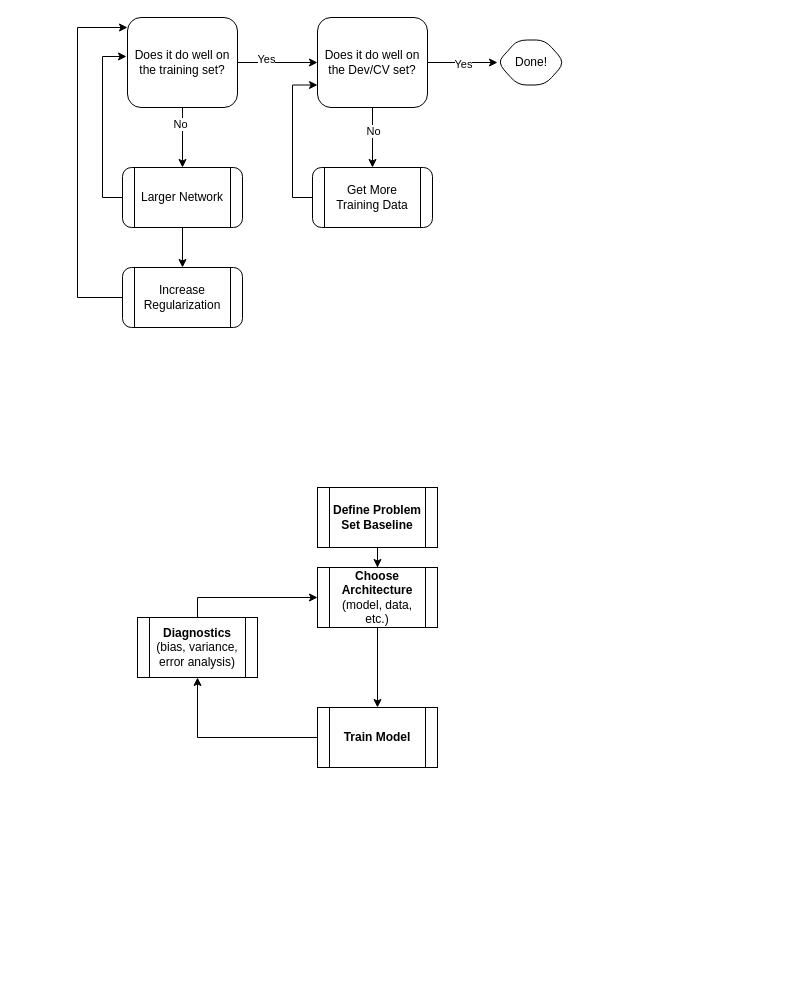
Before: MLSpecialization/figures/diagrams.drawio in neerajadsul/MLCrunch, a draw.io diagram. Source tidied: cells renumbered, new cells numbered last; positions are measured from the earlier drawing's top-left corner, leaving out a move shared by most shapes. Both pictures are drawn from the tidied source at 100%, with x=0, y=0 at pixel (77, 17).
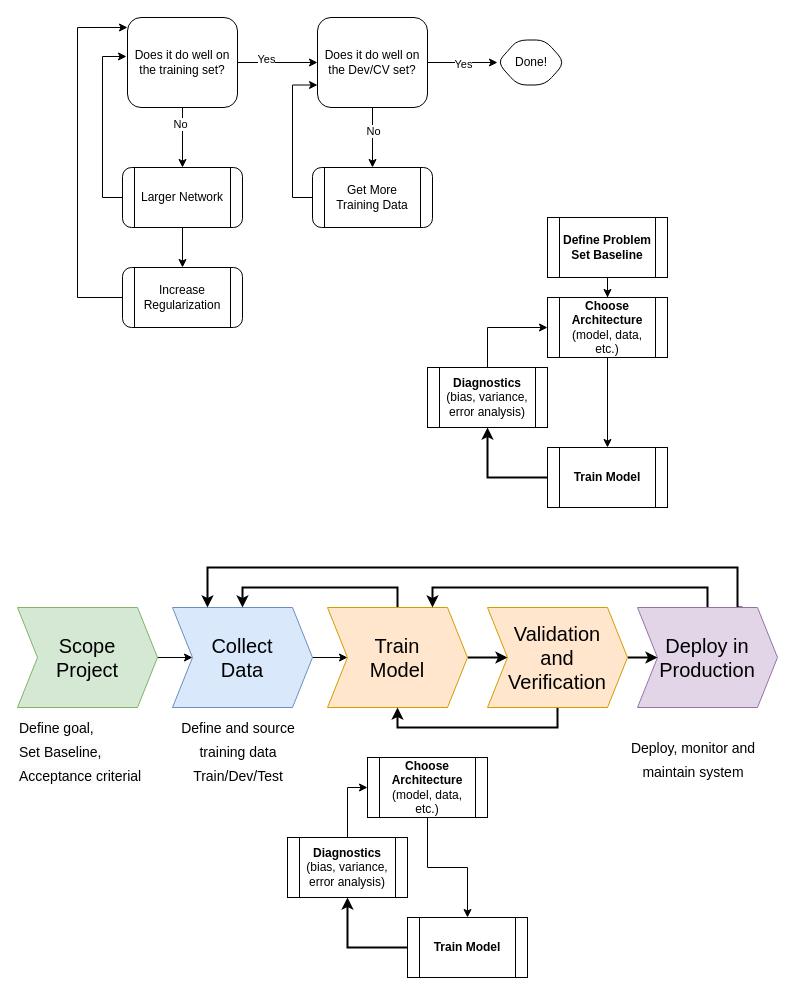
The same page after the edit.

What changed in the source:
```diff
@@
     <mxCell id="21" value="&lt;b&gt;Define Problem&lt;br&gt;Set Baseline&lt;/b&gt;" style="shape=process;whiteSpace=wrap;html=1;backgroundOutline=1;" parent="1" vertex="1">
-      <mxGeometry x="240" y="470" width="120" height="60" as="geometry" />
+      <mxGeometry x="470" y="200" width="120" height="60" as="geometry" />
     </mxCell>
@@
     <mxCell id="23" value="&lt;b&gt;Choose Architecture&lt;/b&gt;&lt;br&gt;(model, data, etc.)" style="shape=process;whiteSpace=wrap;html=1;backgroundOutline=1;" parent="1" vertex="1">
-      <mxGeometry x="240" y="550" width="120" height="60" as="geometry" />
+      <mxGeometry x="470" y="280" width="120" height="60" as="geometry" />
     </mxCell>
-    <mxCell id="24" style="edgeStyle=orthogonalEdgeStyle;rounded=0;jettySize=auto;html=1;" parent="1" edge="1" source="25" target="27">
+    <mxCell id="24" style="edgeStyle=orthogonalEdgeStyle;rounded=0;jettySize=auto;html=1;exitX=0;exitY=0.5;exitDx=0;exitDy=0;strokeWidth=2;fontSize=20;" parent="1" edge="1" source="25" target="27">
       <mxGeometry relative="1" as="geometry" />
     </mxCell>
     <mxCell id="25" value="&lt;b&gt;Train Model&lt;/b&gt;" style="shape=process;whiteSpace=wrap;html=1;backgroundOutline=1;" parent="1" vertex="1">
-      <mxGeometry x="240" y="690" width="120" height="60" as="geometry" />
+      <mxGeometry x="470" y="430" width="120" height="60" as="geometry" />
     </mxCell>
@@
     <mxCell id="27" value="&lt;b&gt;Diagnostics&lt;/b&gt;&lt;br&gt;(bias, variance, error analysis)" style="shape=process;whiteSpace=wrap;html=1;backgroundOutline=1;" parent="1" vertex="1">
-      <mxGeometry x="60" y="600" width="120" height="60" as="geometry" />
+      <mxGeometry x="350" y="350" width="120" height="60" as="geometry" />
     </mxCell>
+    <mxCell id="28" style="edgeStyle=orthogonalEdgeStyle;rounded=0;jettySize=auto;html=1;fontSize=14;" parent="1" edge="1" source="29" target="31">
+      <mxGeometry relative="1" as="geometry" />
+    </mxCell>
+    <mxCell id="29" value="Scope &lt;br&gt;Project" style="shape=step;perimeter=stepPerimeter;whiteSpace=wrap;html=1;fixedSize=1;fillColor=#d5e8d4;strokeColor=#82b366;fontSize=20;" parent="1" vertex="1">
+      <mxGeometry x="-60" y="590" width="140" height="100" as="geometry" />
+    </mxCell>
+    <mxCell id="30" style="edgeStyle=orthogonalEdgeStyle;rounded=0;jettySize=auto;html=1;fontSize=20;" parent="1" edge="1" source="31" target="36">
+      <mxGeometry relative="1" as="geometry" />
+    </mxCell>
+    <mxCell id="31" value="Collect&lt;br&gt;Data" style="shape=step;perimeter=stepPerimeter;whiteSpace=wrap;html=1;fixedSize=1;fillColor=#dae8fc;strokeColor=#6c8ebf;fontSize=20;" parent="1" vertex="1">
+      <mxGeometry x="95" y="590" width="140" height="100" as="geometry" />
+    </mxCell>
+    <mxCell id="32" value="&lt;span style=&quot;color: rgb(0, 0, 0); font-family: Helvetica; font-size: 14px; font-style: normal; font-variant-ligatures: normal; font-variant-caps: normal; font-weight: 400; letter-spacing: normal; orphans: 2; text-align: center; text-indent: 0px; text-transform: none; widows: 2; word-spacing: 0px; -webkit-text-stroke-width: 0px; background-color: rgb(251, 251, 251); text-decoration-thickness: initial; text-decoration-style: initial; text-decoration-color: initial; float: none; display: inline !important;&quot;&gt;Define goal,&lt;/span&gt;&lt;br style=&quot;border-color: var(--border-color); color: rgb(0, 0, 0); font-family: Helvetica; font-size: 14px; font-style: normal; font-variant-ligatures: normal; font-variant-caps: normal; font-weight: 400; letter-spacing: normal; orphans: 2; text-align: center; text-indent: 0px; text-transform: none; widows: 2; word-spacing: 0px; -webkit-text-stroke-width: 0px; background-color: rgb(251, 251, 251); text-decoration-thickness: initial; text-decoration-style: initial; text-decoration-color: initial;&quot;&gt;&lt;span style=&quot;color: rgb(0, 0, 0); font-family: Helvetica; font-size: 14px; font-style: normal; font-variant-ligatures: normal; font-variant-caps: normal; font-weight: 400; letter-spacing: normal; orphans: 2; text-align: center; text-indent: 0px; text-transform: none; widows: 2; word-spacing: 0px; -webkit-text-stroke-width: 0px; background-color: rgb(251, 251, 251); text-decoration-thickness: initial; text-decoration-style: initial; text-decoration-color: initial; float: none; display: inline !important;&quot;&gt;Set Baseline,&lt;/span&gt;&lt;br style=&quot;border-color: var(--border-color); color: rgb(0, 0, 0); font-family: Helvetica; font-size: 14px; font-style: normal; font-variant-ligatures: normal; font-variant-caps: normal; font-weight: 400; letter-spacing: normal; orphans: 2; text-align: center; text-indent: 0px; text-transform: none; widows: 2; word-spacing: 0px; -webkit-text-stroke-width: 0px; background-color: rgb(251, 251, 251); text-decoration-thickness: initial; text-decoration-style: initial; text-decoration-color: initial;&quot;&gt;&lt;span style=&quot;color: rgb(0, 0, 0); font-family: Helvetica; font-size: 14px; font-style: normal; font-variant-ligatures: normal; font-variant-caps: normal; font-weight: 400; letter-spacing: normal; orphans: 2; text-align: center; text-indent: 0px; text-transform: none; widows: 2; word-spacing: 0px; -webkit-text-stroke-width: 0px; background-color: rgb(251, 251, 251); text-decoration-thickness: initial; text-decoration-style: initial; text-decoration-color: initial; float: none; display: inline !important;&quot;&gt;Acceptance criterial&lt;/span&gt;" style="text;whiteSpace=wrap;html=1;fontSize=20;" parent="1" vertex="1">
+      <mxGeometry x="-60" y="690" width="130" height="80" as="geometry" />
+    </mxCell>
+    <mxCell id="33" value="&lt;div style=&quot;text-align: center;&quot;&gt;&lt;span style=&quot;background-color: initial; font-size: 14px;&quot;&gt;Define and source training data&lt;/span&gt;&lt;/div&gt;&lt;div style=&quot;text-align: center;&quot;&gt;&lt;span style=&quot;background-color: initial; font-size: 14px;&quot;&gt;Train/Dev/Test&lt;/span&gt;&lt;/div&gt;" style="text;whiteSpace=wrap;html=1;fontSize=20;" parent="1" vertex="1">
+      <mxGeometry x="95" y="690" width="130" height="80" as="geometry" />
+    </mxCell>
+    <mxCell id="34" style="edgeStyle=orthogonalEdgeStyle;rounded=0;jettySize=auto;html=1;exitX=0.5;exitY=0;exitDx=0;exitDy=0;entryX=0.5;entryY=0;entryDx=0;entryDy=0;strokeWidth=2;fontSize=20;" parent="1" edge="1" source="36" target="31">
+      <mxGeometry relative="1" as="geometry" />
+    </mxCell>
+    <mxCell id="35" style="edgeStyle=orthogonalEdgeStyle;rounded=0;jettySize=auto;html=1;strokeWidth=2;fontSize=20;" parent="1" edge="1" source="36" target="49">
+      <mxGeometry relative="1" as="geometry" />
+    </mxCell>
+    <mxCell id="36" value="Train &lt;br&gt;Model" style="shape=step;perimeter=stepPerimeter;whiteSpace=wrap;html=1;fixedSize=1;fillColor=#ffe6cc;strokeColor=#d79b00;fontSize=20;" parent="1" vertex="1">
+      <mxGeometry x="250" y="590" width="140" height="100" as="geometry" />
+    </mxCell>
+    <mxCell id="37" style="edgeStyle=orthogonalEdgeStyle;rounded=0;jettySize=auto;html=1;exitX=0.5;exitY=0;exitDx=0;exitDy=0;entryX=0.75;entryY=0;entryDx=0;entryDy=0;fontSize=20;strokeWidth=2;" parent="1" edge="1" source="39" target="36">
+      <mxGeometry relative="1" as="geometry" />
+    </mxCell>
+    <mxCell id="38" style="edgeStyle=orthogonalEdgeStyle;rounded=0;jettySize=auto;html=1;exitX=0.75;exitY=0;exitDx=0;exitDy=0;entryX=0.25;entryY=0;entryDx=0;entryDy=0;strokeWidth=2;fontSize=20;" parent="1" edge="1" source="39" target="31">
+      <mxGeometry relative="1" as="geometry">
+        <Array as="points">
+          <mxPoint x="660" y="590" />
+          <mxPoint x="660" y="550" />
+          <mxPoint x="130" y="550" />
+        </Array>
+      </mxGeometry>
+    </mxCell>
+    <mxCell id="39" value="Deploy in Production" style="shape=step;perimeter=stepPerimeter;whiteSpace=wrap;html=1;fixedSize=1;fillColor=#e1d5e7;strokeColor=#9673a6;fontSize=20;" parent="1" vertex="1">
+      <mxGeometry x="560" y="590" width="140" height="100" as="geometry" />
+    </mxCell>
+    <mxCell id="40" style="edgeStyle=orthogonalEdgeStyle;rounded=0;jettySize=auto;html=1;" parent="1" edge="1" source="41" target="43">
+      <mxGeometry relative="1" as="geometry" />
+    </mxCell>
+    <mxCell id="41" value="&lt;b&gt;Choose Architecture&lt;/b&gt;&lt;br&gt;(model, data, etc.)" style="shape=process;whiteSpace=wrap;html=1;backgroundOutline=1;" parent="1" vertex="1">
+      <mxGeometry x="290" y="740" width="120" height="60" as="geometry" />
+    </mxCell>
+    <mxCell id="42" style="edgeStyle=orthogonalEdgeStyle;rounded=0;jettySize=auto;html=1;exitX=0;exitY=0.5;exitDx=0;exitDy=0;strokeWidth=2;fontSize=20;" parent="1" edge="1" source="43" target="45">
+      <mxGeometry relative="1" as="geometry" />
+    </mxCell>
+    <mxCell id="43" value="&lt;b&gt;Train Model&lt;/b&gt;" style="shape=process;whiteSpace=wrap;html=1;backgroundOutline=1;" parent="1" vertex="1">
+      <mxGeometry x="330" y="900" width="120" height="60" as="geometry" />
+    </mxCell>
+    <mxCell id="44" style="edgeStyle=orthogonalEdgeStyle;rounded=0;jettySize=auto;html=1;exitX=0.5;exitY=0;exitDx=0;exitDy=0;entryX=0;entryY=0.5;entryDx=0;entryDy=0;" parent="1" edge="1" source="45" target="41">
+      <mxGeometry relative="1" as="geometry" />
+    </mxCell>
+    <mxCell id="45" value="&lt;b&gt;Diagnostics&lt;/b&gt;&lt;br&gt;(bias, variance, error analysis)" style="shape=process;whiteSpace=wrap;html=1;backgroundOutline=1;" parent="1" vertex="1">
+      <mxGeometry x="210" y="820" width="120" height="60" as="geometry" />
+    </mxCell>
+    <mxCell id="46" value="&lt;div style=&quot;text-align: center;&quot;&gt;&lt;span style=&quot;font-size: 14px;&quot;&gt;Deploy, monitor and maintain system&lt;/span&gt;&lt;/div&gt;" style="text;whiteSpace=wrap;html=1;fontSize=20;" parent="1" vertex="1">
+      <mxGeometry x="550" y="710" width="130" height="80" as="geometry" />
+    </mxCell>
+    <mxCell id="47" style="edgeStyle=orthogonalEdgeStyle;rounded=0;jettySize=auto;html=1;exitX=0.5;exitY=1;exitDx=0;exitDy=0;entryX=0.5;entryY=1;entryDx=0;entryDy=0;strokeWidth=2;fontSize=20;" parent="1" edge="1" source="49" target="36">
+      <mxGeometry relative="1" as="geometry" />
+    </mxCell>
+    <mxCell id="48" style="edgeStyle=orthogonalEdgeStyle;rounded=0;jettySize=auto;html=1;exitX=1;exitY=0.5;exitDx=0;exitDy=0;entryX=0;entryY=0.5;entryDx=0;entryDy=0;strokeWidth=2;fontSize=20;" parent="1" edge="1" source="49" target="39">
+      <mxGeometry relative="1" as="geometry" />
+    </mxCell>
+    <mxCell id="49" value="Validation &lt;br&gt;and &lt;br&gt;Verification" style="shape=step;perimeter=stepPerimeter;whiteSpace=wrap;html=1;fixedSize=1;fillColor=#ffe6cc;strokeColor=#d79b00;fontSize=20;" parent="1" vertex="1">
+      <mxGeometry x="410" y="590" width="140" height="100" as="geometry" />
+    </mxCell>
```
